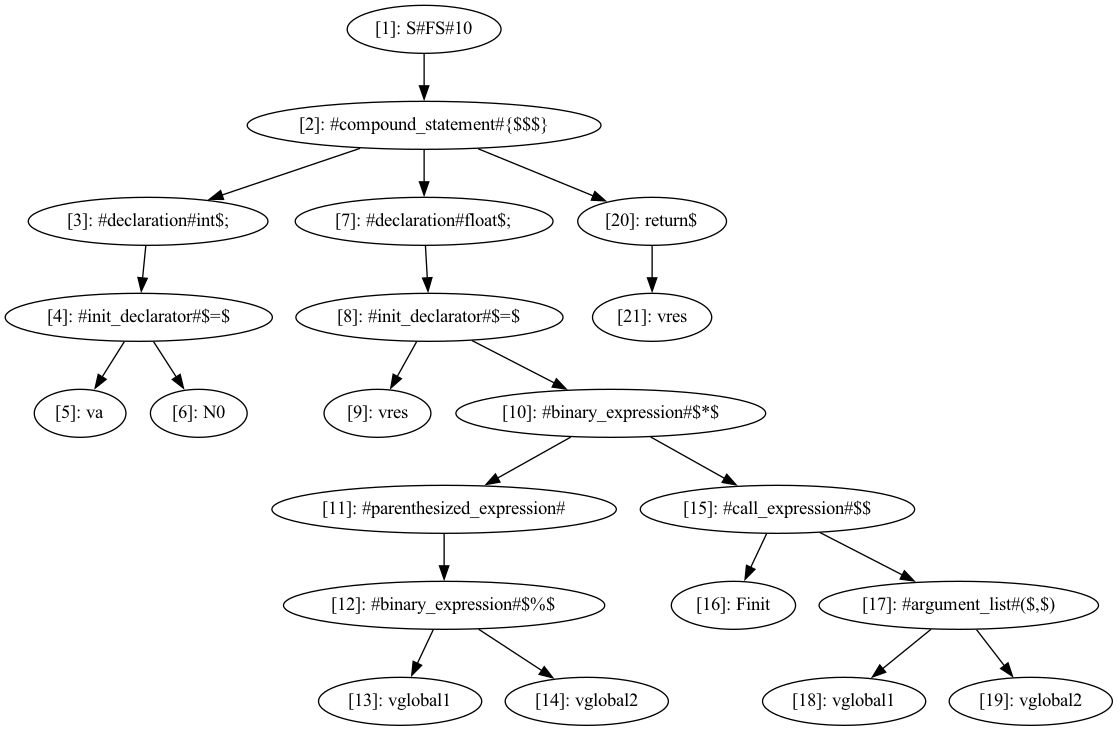
Above: cass.png in deryaerman/DIA-System-DS-Plagiarism-Checker-GIT (Graphviz), before the change. Its source is kept beside it as cass.dot.
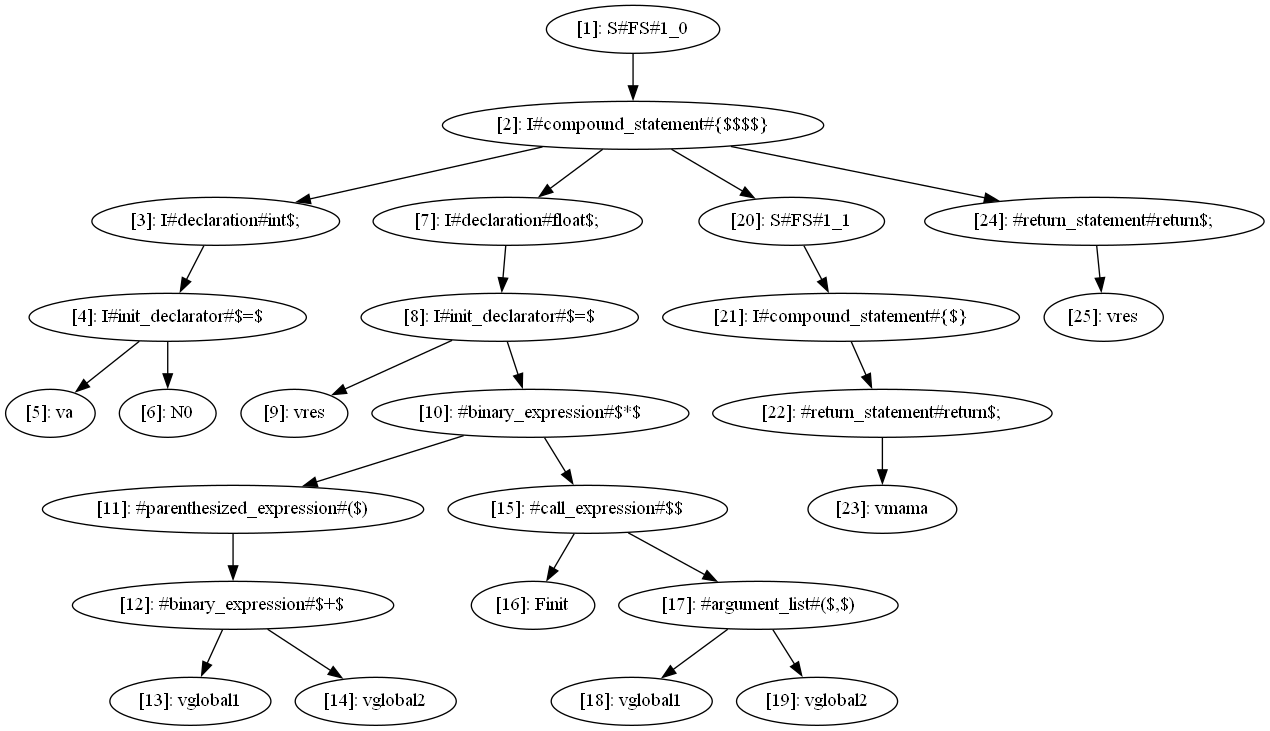
Above is the later version.

What changed in the source:
```diff
@@ -1,17 +1,17 @@
 digraph CASS {
   node [shape=ellipse];
-  n1 [label="[1]: S#FS#10"];
-  n2 [label="[2]: #compound_statement#{$$$}"];
-  n3 [label="[3]: #declaration#int$;"];
-  n4 [label="[4]: #init_declarator#$=$"];
+  n1 [label="[1]: S#FS#1_0"];
+  n2 [label="[2]: I#compound_statement#{$$$$}"];
+  n3 [label="[3]: I#declaration#int$;"];
+  n4 [label="[4]: I#init_declarator#$=$"];
   n5 [label="[5]: va"];
   n6 [label="[6]: N0"];
-  n7 [label="[7]: #declaration#float$;"];
-  n8 [label="[8]: #init_declarator#$=$"];
+  n7 [label="[7]: I#declaration#float$;"];
+  n8 [label="[8]: I#init_declarator#$=$"];
   n9 [label="[9]: vres"];
   n10 [label="[10]: #binary_expression#$*$"];
-  n11 [label="[11]: #parenthesized_expression#"];
-  n12 [label="[12]: #binary_expression#$%$"];
+  n11 [label="[11]: #parenthesized_expression#($)"];
+  n12 [label="[12]: #binary_expression#$+$"];
   n13 [label="[13]: vglobal1"];
   n14 [label="[14]: vglobal2"];
   n15 [label="[15]: #call_expression#$$"];
@@ -19,8 +19,12 @@
   n17 [label="[17]: #argument_list#($,$)"];
   n18 [label="[18]: vglobal1"];
   n19 [label="[19]: vglobal2"];
-  n20 [label="[20]: return$"];
-  n21 [label="[21]: vres"];
+  n20 [label="[20]: S#FS#1_1"];
+  n21 [label="[21]: I#compound_statement#{$}"];
+  n22 [label="[22]: #return_statement#return$;"];
+  n23 [label="[23]: vmama"];
+  n24 [label="[24]: #return_statement#return$;"];
+  n25 [label="[25]: vres"];
   n1 -> n2;
   n2 -> n3;
   n3 -> n4;
@@ -41,4 +45,8 @@
   n17 -> n19;
   n2 -> n20;
   n20 -> n21;
+  n21 -> n22;
+  n22 -> n23;
+  n2 -> n24;
+  n24 -> n25;
 }
```
